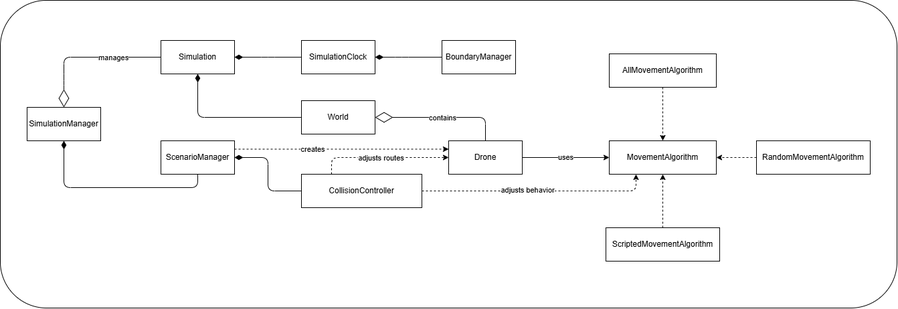
Earlier version of the draw.io export designs/simulation_ai_domain.drawio.png (jsfmu/drone-swarm-simulator). Source tidied: cells renumbered, new cells last; positions are measured from the earlier drawing's top-left corner, leaving out a move shared by most shapes.
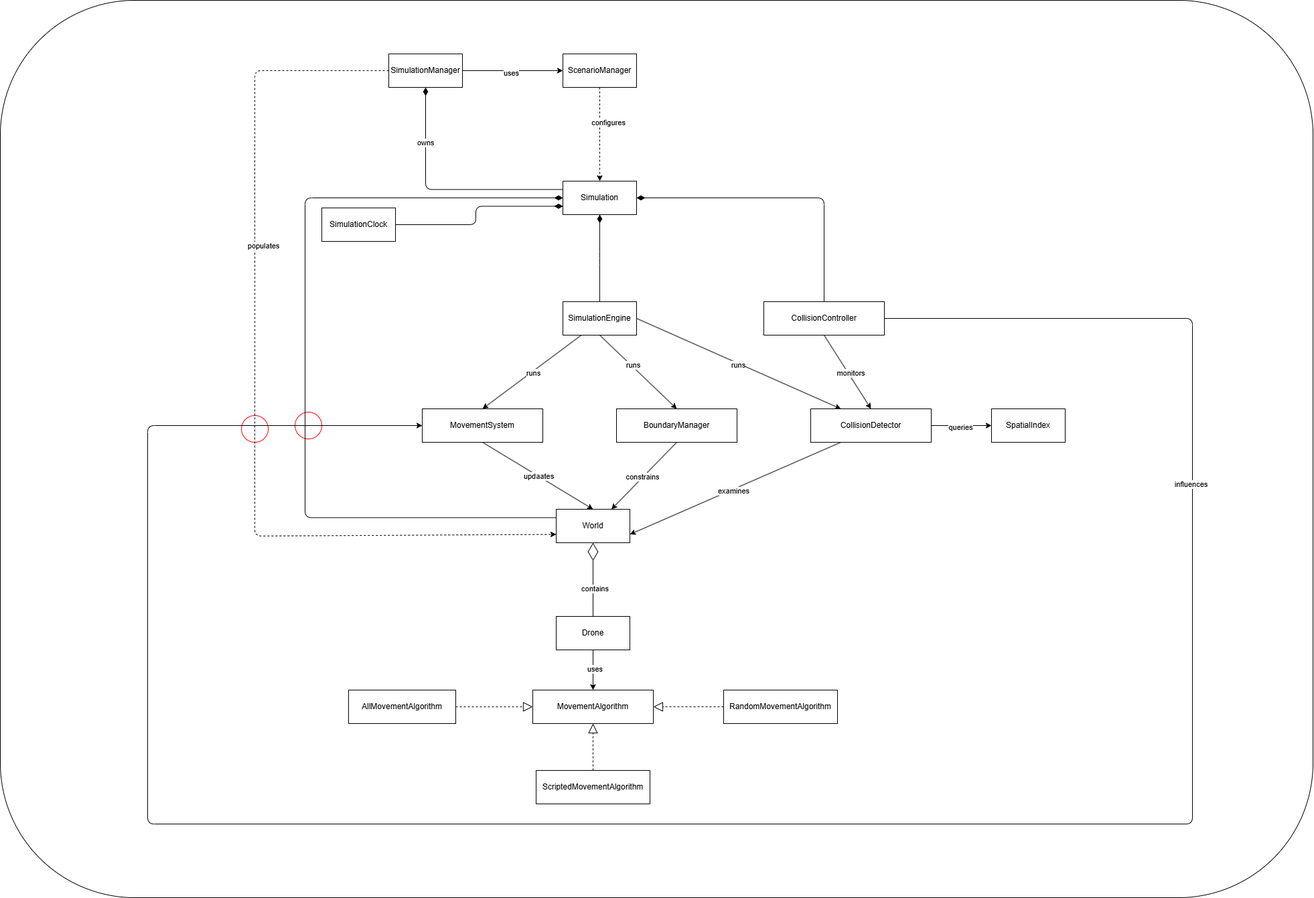
After the commit.

Commit message:
Tweaks to add engine for mathematical operations

Diff of the diagram source:
```diff
@@ -2,144 +2,211 @@
   <root>
     <mxCell id="0" />
     <mxCell id="1" parent="0" />
-    <mxCell id="2" style="rounded=1;whiteSpace=wrap;html=1;" parent="1" vertex="1">
-      <mxGeometry width="1340" height="460" as="geometry" />
-    </mxCell>
+    <mxCell id="34" style="rounded=1;whiteSpace=wrap;html=1;" parent="1" vertex="1">
+      <mxGeometry x="-550" y="-250" width="1960" height="1340" as="geometry" />
+    </mxCell>
+    <mxCell id="35" style="ellipse;whiteSpace=wrap;html=1;strokeColor=#FF0000;" parent="1" vertex="1">
+      <mxGeometry x="-110" y="365" width="40" height="40" as="geometry" />
+    </mxCell>
+    <mxCell id="36" style="ellipse;whiteSpace=wrap;html=1;strokeColor=#FF0000;" parent="1" vertex="1">
+      <mxGeometry x="-190" y="370" width="40" height="40" as="geometry" />
+    </mxCell>
+    <mxCell id="10" style="edgeStyle=none;html=1;exitX=1;exitY=0.5;exitDx=0;exitDy=0;entryX=0;entryY=0.5;entryDx=0;entryDy=0;" parent="1" edge="1" source="3" target="5">
+      <mxGeometry relative="1" as="geometry" />
+    </mxCell>
+    <mxCell id="37" value="uses" style="edgeLabel;html=1;align=center;verticalAlign=middle;" parent="10" vertex="1">
+      <mxGeometry x="-0.04" y="-3" relative="1" as="geometry" />
+    </mxCell>
     <mxCell id="3" value="SimulationManager" style="html=1;whiteSpace=wrap;" parent="1" vertex="1">
-      <mxGeometry x="40" y="160" width="110" height="50" as="geometry" />
+      <mxGeometry x="30" y="-170" width="110" height="50" as="geometry" />
     </mxCell>
+    <mxCell id="5" value="ScenarioManager" style="html=1;whiteSpace=wrap;" parent="1" vertex="1">
+      <mxGeometry x="290" y="-170" width="110" height="50" as="geometry" />
+    </mxCell>
     <mxCell id="4" value="Simulation" style="html=1;whiteSpace=wrap;" parent="1" vertex="1">
-      <mxGeometry x="240" y="60" width="110" height="50" as="geometry" />
+      <mxGeometry x="290" y="20" width="110" height="50" as="geometry" />
     </mxCell>
-    <mxCell id="5" value="ScenarioManager" style="html=1;whiteSpace=wrap;" parent="1" vertex="1">
-      <mxGeometry x="240" y="210" width="110" height="50" as="geometry" />
-    </mxCell>
+    <mxCell id="38" style="html=1;startArrow=diamondThin;startFill=1;edgeStyle=elbowEdgeStyle;elbow=horizontal;startSize=10;endArrow=none;endFill=0;entryX=0;entryY=0.25;entryDx=0;entryDy=0;exitX=0.5;exitY=1;exitDx=0;exitDy=0;" parent="1" edge="1" source="3" target="4">
+      <mxGeometry relative="1" as="geometry">
+        <Array as="points">
+          <mxPoint x="85" y="-50" />
+        </Array>
+      </mxGeometry>
+    </mxCell>
+    <mxCell id="39" value="owns" style="edgeLabel;html=1;align=center;verticalAlign=middle;" parent="38" vertex="1">
+      <mxGeometry x="-0.54" y="-1" relative="1" as="geometry" />
+    </mxCell>
+    <mxCell id="40" style="html=1;labelBackgroundColor=#ffffff;startArrow=none;startFill=0;startSize=6;endArrow=classic;endFill=1;endSize=6;jettySize=auto;strokeWidth=1;dashed=1;fontSize=14;exitX=0.5;exitY=1;exitDx=0;exitDy=0;entryX=0.5;entryY=0;entryDx=0;entryDy=0;" parent="1" edge="1" source="5" target="4">
+      <mxGeometry relative="1" as="geometry" />
+    </mxCell>
+    <mxCell id="41" value="configures" style="edgeLabel;html=1;align=center;verticalAlign=middle;" parent="40" vertex="1">
+      <mxGeometry x="-0.32" y="4" relative="1" as="geometry">
+        <mxPoint x="8" y="4" as="offset" />
+      </mxGeometry>
+    </mxCell>
+    <mxCell id="42" style="edgeStyle=none;html=1;exitX=0.25;exitY=1;exitDx=0;exitDy=0;entryX=0.5;entryY=0;entryDx=0;entryDy=0;" parent="1" edge="1" source="48" target="55">
+      <mxGeometry relative="1" as="geometry" />
+    </mxCell>
+    <mxCell id="43" value="runs" style="edgeLabel;html=1;align=center;verticalAlign=middle;" parent="42" vertex="1">
+      <mxGeometry y="2" relative="1" as="geometry" />
+    </mxCell>
+    <mxCell id="44" style="edgeStyle=none;html=1;exitX=0.5;exitY=1;exitDx=0;exitDy=0;entryX=0.5;entryY=0;entryDx=0;entryDy=0;" parent="1" edge="1" source="48" target="9">
+      <mxGeometry relative="1" as="geometry" />
+    </mxCell>
+    <mxCell id="45" value="runs" style="edgeLabel;html=1;align=center;verticalAlign=middle;" parent="44" vertex="1">
+      <mxGeometry x="-0.16" y="1" relative="1" as="geometry">
+        <mxPoint y="-1" as="offset" />
+      </mxGeometry>
+    </mxCell>
+    <mxCell id="46" style="edgeStyle=none;html=1;exitX=1;exitY=0.5;exitDx=0;exitDy=0;entryX=0.25;entryY=0;entryDx=0;entryDy=0;" parent="1" edge="1" source="48" target="62">
+      <mxGeometry relative="1" as="geometry" />
+    </mxCell>
+    <mxCell id="47" value="runs" style="edgeLabel;html=1;align=center;verticalAlign=middle;" parent="46" vertex="1">
+      <mxGeometry y="-2" relative="1" as="geometry" />
+    </mxCell>
+    <mxCell id="48" value="SimulationEngine" style="html=1;whiteSpace=wrap;" parent="1" vertex="1">
+      <mxGeometry x="290" y="200" width="110" height="50" as="geometry" />
+    </mxCell>
+    <mxCell id="49" style="html=1;startArrow=diamondThin;startFill=1;edgeStyle=elbowEdgeStyle;elbow=horizontal;startSize=10;endArrow=none;endFill=0;entryX=0.5;entryY=0;entryDx=0;entryDy=0;exitX=0.5;exitY=1;exitDx=0;exitDy=0;" parent="1" edge="1" source="4" target="48">
+      <mxGeometry relative="1" as="geometry" />
+    </mxCell>
+    <mxCell id="50" style="edgeStyle=none;html=1;exitX=0.5;exitY=1;exitDx=0;exitDy=0;entryX=0.5;entryY=0;entryDx=0;entryDy=0;" parent="1" edge="1" source="8" target="62">
+      <mxGeometry relative="1" as="geometry" />
+    </mxCell>
+    <mxCell id="51" value="monitors" style="edgeLabel;html=1;align=center;verticalAlign=middle;" parent="50" vertex="1">
+      <mxGeometry x="0.05" y="3" relative="1" as="geometry" />
+    </mxCell>
+    <mxCell id="8" value="CollisionController" style="html=1;whiteSpace=wrap;" parent="1" vertex="1">
+      <mxGeometry x="590" y="200" width="180" height="50" as="geometry" />
+    </mxCell>
+    <mxCell id="52" style="html=1;startArrow=diamondThin;startFill=1;edgeStyle=elbowEdgeStyle;elbow=horizontal;startSize=10;endArrow=none;endFill=0;entryX=0.5;entryY=0;entryDx=0;entryDy=0;exitX=1;exitY=0.5;exitDx=0;exitDy=0;" parent="1" edge="1" source="4" target="8">
+      <mxGeometry relative="1" as="geometry">
+        <Array as="points">
+          <mxPoint x="680" y="130" />
+        </Array>
+      </mxGeometry>
+    </mxCell>
+    <mxCell id="53" style="edgeStyle=none;html=1;exitX=0.5;exitY=1;exitDx=0;exitDy=0;entryX=0.5;entryY=0;entryDx=0;entryDy=0;" parent="1" edge="1" source="55" target="7">
+      <mxGeometry relative="1" as="geometry" />
+    </mxCell>
+    <mxCell id="54" value="updaates" style="edgeLabel;html=1;align=center;verticalAlign=middle;" parent="53" vertex="1">
+      <mxGeometry y="1" relative="1" as="geometry">
+        <mxPoint y="1" as="offset" />
+      </mxGeometry>
+    </mxCell>
+    <mxCell id="55" value="MovementSystem" style="html=1;whiteSpace=wrap;" parent="1" vertex="1">
+      <mxGeometry x="80" y="360" width="180" height="50" as="geometry" />
+    </mxCell>
+    <mxCell id="56" style="edgeStyle=none;html=1;exitX=0.5;exitY=1;exitDx=0;exitDy=0;entryX=0.75;entryY=0;entryDx=0;entryDy=0;" parent="1" edge="1" source="9" target="7">
+      <mxGeometry relative="1" as="geometry" />
+    </mxCell>
+    <mxCell id="57" value="constrains" style="edgeLabel;html=1;align=center;verticalAlign=middle;" parent="56" vertex="1">
+      <mxGeometry x="0.03" y="-2" relative="1" as="geometry">
+        <mxPoint y="1" as="offset" />
+      </mxGeometry>
+    </mxCell>
+    <mxCell id="9" value="BoundaryManager" style="html=1;whiteSpace=wrap;" parent="1" vertex="1">
+      <mxGeometry x="370" y="360" width="180" height="50" as="geometry" />
+    </mxCell>
+    <mxCell id="58" style="edgeStyle=none;html=1;exitX=1;exitY=0.5;exitDx=0;exitDy=0;entryX=0;entryY=0.5;entryDx=0;entryDy=0;" parent="1" edge="1" source="62" target="65">
+      <mxGeometry relative="1" as="geometry" />
+    </mxCell>
+    <mxCell id="59" value="queries" style="edgeLabel;html=1;align=center;verticalAlign=middle;" parent="58" vertex="1">
+      <mxGeometry x="-0.05" y="-2" relative="1" as="geometry" />
+    </mxCell>
+    <mxCell id="60" style="edgeStyle=none;html=1;exitX=0.25;exitY=1;exitDx=0;exitDy=0;entryX=1;entryY=0.75;entryDx=0;entryDy=0;" parent="1" edge="1" source="62" target="7">
+      <mxGeometry relative="1" as="geometry" />
+    </mxCell>
+    <mxCell id="61" value="examines" style="edgeLabel;html=1;align=center;verticalAlign=middle;" parent="60" vertex="1">
+      <mxGeometry x="0.03" y="2" relative="1" as="geometry" />
+    </mxCell>
+    <mxCell id="62" value="CollisionDetector" style="html=1;whiteSpace=wrap;" parent="1" vertex="1">
+      <mxGeometry x="660" y="360" width="180" height="50" as="geometry" />
+    </mxCell>
+    <mxCell id="7" value="World" style="html=1;whiteSpace=wrap;" parent="1" vertex="1">
+      <mxGeometry x="280" y="510" width="110" height="50" as="geometry" />
+    </mxCell>
     <mxCell id="6" value="SimulationClock" style="html=1;whiteSpace=wrap;" parent="1" vertex="1">
-      <mxGeometry x="450" y="60" width="110" height="50" as="geometry" />
+      <mxGeometry x="-70" y="60" width="110" height="50" as="geometry" />
     </mxCell>
-    <mxCell id="7" value="World" style="html=1;whiteSpace=wrap;" parent="1" vertex="1">
-      <mxGeometry x="450" y="150" width="110" height="50" as="geometry" />
-    </mxCell>
-    <mxCell id="8" value="CollisionController" style="html=1;whiteSpace=wrap;" parent="1" vertex="1">
-      <mxGeometry x="450" y="260" width="180" height="50" as="geometry" />
-    </mxCell>
-    <mxCell id="9" value="BoundaryManager" style="html=1;whiteSpace=wrap;" parent="1" vertex="1">
-      <mxGeometry x="660" y="60" width="110" height="50" as="geometry" />
-    </mxCell>
-    <mxCell id="10" style="html=1;startArrow=diamondThin;startFill=1;edgeStyle=elbowEdgeStyle;elbow=horizontal;startSize=10;endArrow=none;endFill=0;entryX=0.5;entryY=1;entryDx=0;entryDy=0;exitX=0.5;exitY=1;exitDx=0;exitDy=0;" parent="1" edge="1" source="3" target="5">
-      <mxGeometry relative="1" as="geometry">
-        <Array as="points">
-          <mxPoint x="200" y="280" />
-        </Array>
-      </mxGeometry>
-    </mxCell>
-    <mxCell id="11" style="endArrow=diamondThin;endFill=0;endSize=24;html=1;exitX=0;exitY=0.5;exitDx=0;exitDy=0;entryX=0.5;entryY=0;entryDx=0;entryDy=0;" parent="1" edge="1" source="4" target="3">
-      <mxGeometry relative="1" as="geometry">
-        <Array as="points">
-          <mxPoint x="95" y="85" />
-          <mxPoint x="95" y="120" />
-        </Array>
-      </mxGeometry>
-    </mxCell>
-    <mxCell id="12" value="manages" style="edgeLabel;html=1;align=center;verticalAlign=middle;" parent="11" vertex="1">
-      <mxGeometry x="-0.03" relative="1" as="geometry">
-        <mxPoint x="34" as="offset" />
-      </mxGeometry>
-    </mxCell>
-    <mxCell id="13" style="html=1;startArrow=diamondThin;startFill=1;edgeStyle=elbowEdgeStyle;elbow=horizontal;startSize=10;endArrow=none;endFill=0;entryX=0;entryY=0.5;entryDx=0;entryDy=0;exitX=1;exitY=0.5;exitDx=0;exitDy=0;" parent="1" edge="1" source="4" target="6">
+    <mxCell id="13" style="html=1;startArrow=diamondThin;startFill=1;edgeStyle=elbowEdgeStyle;elbow=horizontal;startSize=10;endArrow=none;endFill=0;entryX=1;entryY=0.5;entryDx=0;entryDy=0;exitX=0;exitY=0.75;exitDx=0;exitDy=0;" parent="1" edge="1" source="4" target="6">
       <mxGeometry relative="1" as="geometry">
         <Array as="points">
-          <mxPoint x="400" y="90" />
+          <mxPoint x="160" y="80" />
         </Array>
       </mxGeometry>
     </mxCell>
-    <mxCell id="14" style="html=1;startArrow=diamondThin;startFill=1;edgeStyle=elbowEdgeStyle;elbow=horizontal;startSize=10;endArrow=none;endFill=0;entryX=0;entryY=0.5;entryDx=0;entryDy=0;exitX=0.5;exitY=1;exitDx=0;exitDy=0;" parent="1" edge="1" source="4" target="7">
+    <mxCell id="14" style="html=1;startArrow=diamondThin;startFill=1;edgeStyle=elbowEdgeStyle;elbow=horizontal;startSize=10;endArrow=none;endFill=0;entryX=0;entryY=0.25;entryDx=0;entryDy=0;exitX=0;exitY=0.5;exitDx=0;exitDy=0;" parent="1" edge="1" source="4" target="7">
       <mxGeometry relative="1" as="geometry">
         <Array as="points">
-          <mxPoint x="295" y="140" />
+          <mxPoint x="-95" y="472" />
         </Array>
       </mxGeometry>
     </mxCell>
-    <mxCell id="15" style="html=1;startArrow=diamondThin;startFill=1;edgeStyle=elbowEdgeStyle;elbow=horizontal;startSize=10;endArrow=none;endFill=0;entryX=0;entryY=0.5;entryDx=0;entryDy=0;exitX=1;exitY=0.5;exitDx=0;exitDy=0;" parent="1" edge="1" source="5" target="8">
-      <mxGeometry relative="1" as="geometry">
-        <Array as="points">
-          <mxPoint x="400" y="250" />
-        </Array>
-      </mxGeometry>
-    </mxCell>
-    <mxCell id="16" style="html=1;startArrow=diamondThin;startFill=1;edgeStyle=elbowEdgeStyle;elbow=horizontal;startSize=10;endArrow=none;endFill=0;entryX=0;entryY=0.5;entryDx=0;entryDy=0;exitX=1;exitY=0.5;exitDx=0;exitDy=0;" parent="1" edge="1" source="6" target="9">
-      <mxGeometry relative="1" as="geometry">
-        <Array as="points">
-          <mxPoint x="600" y="110" />
-        </Array>
-      </mxGeometry>
-    </mxCell>
+    <mxCell id="63" style="html=1;labelBackgroundColor=#ffffff;startArrow=none;startFill=0;startSize=6;endArrow=classic;endFill=1;endSize=6;jettySize=auto;strokeWidth=1;dashed=1;fontSize=14;exitX=0;exitY=0.5;exitDx=0;exitDy=0;entryX=0;entryY=0.75;entryDx=0;entryDy=0;" parent="1" edge="1" source="3" target="7">
+      <mxGeometry relative="1" as="geometry">
+        <Array as="points">
+          <mxPoint x="-170" y="-145" />
+          <mxPoint x="-170" y="550" />
+        </Array>
+      </mxGeometry>
+    </mxCell>
+    <mxCell id="64" value="populates" style="edgeLabel;html=1;align=center;verticalAlign=middle;" parent="63" vertex="1">
+      <mxGeometry x="-0.32" y="4" relative="1" as="geometry">
+        <mxPoint x="8" y="4" as="offset" />
+      </mxGeometry>
+    </mxCell>
+    <mxCell id="65" value="SpatialIndex" style="html=1;whiteSpace=wrap;" parent="1" vertex="1">
+      <mxGeometry x="930" y="360" width="110" height="50" as="geometry" />
+    </mxCell>
-    <mxCell id="17" value="uses" style="edgeStyle=none;html=1;exitX=1;exitY=0.5;exitDx=0;exitDy=0;entryX=0;entryY=0.5;entryDx=0;entryDy=0;" parent="1" edge="1" source="18" target="25">
+    <mxCell id="17" style="edgeStyle=none;html=1;exitX=0.5;exitY=1;exitDx=0;exitDy=0;" parent="1" edge="1" source="18" target="25">
       <mxGeometry relative="1" as="geometry" />
     </mxCell>
+    <mxCell id="66" value="uses" style="edgeLabel;html=1;align=center;verticalAlign=middle;" parent="17" vertex="1">
+      <mxGeometry x="-0.05" y="2" relative="1" as="geometry" />
+    </mxCell>
     <mxCell id="18" value="Drone" style="html=1;whiteSpace=wrap;" parent="1" vertex="1">
-      <mxGeometry x="670" y="210" width="110" height="50" as="geometry" />
+      <mxGeometry x="280" y="670" width="110" height="50" as="geometry" />
     </mxCell>
-    <mxCell id="19" style="endArrow=diamondThin;endFill=0;endSize=24;html=1;exitX=0.5;exitY=0;exitDx=0;exitDy=0;entryX=1;entryY=0.5;entryDx=0;entryDy=0;" parent="1" edge="1" source="18" target="7">
-      <mxGeometry relative="1" as="geometry">
-        <Array as="points">
-          <mxPoint x="725" y="175" />
-        </Array>
-      </mxGeometry>
+    <mxCell id="19" style="endArrow=diamondThin;endFill=0;endSize=24;html=1;exitX=0.5;exitY=0;exitDx=0;exitDy=0;entryX=0.5;entryY=1;entryDx=0;entryDy=0;" parent="1" edge="1" source="18" target="7">
+      <mxGeometry relative="1" as="geometry" />
     </mxCell>
     <mxCell id="20" value="contains" style="edgeLabel;html=1;align=center;verticalAlign=middle;" parent="19" vertex="1">
-      <mxGeometry x="0.05" y="-3" relative="1" as="geometry">
-        <mxPoint x="5" y="3" as="offset" />
-      </mxGeometry>
+      <mxGeometry x="-0.25" y="-2" relative="1" as="geometry" />
     </mxCell>
-    <mxCell id="21" style="html=1;labelBackgroundColor=#ffffff;startArrow=none;startFill=0;startSize=6;endArrow=classic;endFill=1;endSize=6;jettySize=auto;strokeWidth=1;dashed=1;fontSize=14;exitX=1;exitY=0.25;exitDx=0;exitDy=0;entryX=0;entryY=0.25;entryDx=0;entryDy=0;" parent="1" edge="1" source="5" target="18">
-      <mxGeometry relative="1" as="geometry" />
-    </mxCell>
-    <mxCell id="22" value="creates" style="edgeLabel;html=1;align=center;verticalAlign=middle;" parent="21" vertex="1">
-      <mxGeometry x="-0.32" y="4" relative="1" as="geometry">
-        <mxPoint x="8" y="4" as="offset" />
-      </mxGeometry>
-    </mxCell>
-    <mxCell id="23" style="html=1;labelBackgroundColor=#ffffff;startArrow=none;startFill=0;startSize=6;endArrow=classic;endFill=1;endSize=6;jettySize=auto;strokeWidth=1;dashed=1;fontSize=14;exitX=0.25;exitY=0;exitDx=0;exitDy=0;entryX=0;entryY=0.5;entryDx=0;entryDy=0;" parent="1" edge="1" source="8" target="18">
-      <mxGeometry relative="1" as="geometry">
-        <Array as="points">
-          <mxPoint x="495" y="235" />
-        </Array>
-      </mxGeometry>
-    </mxCell>
-    <mxCell id="24" value="adjusts routes" style="edgeLabel;html=1;align=center;verticalAlign=middle;" parent="23" vertex="1">
-      <mxGeometry x="-0.01" relative="1" as="geometry" />
-    </mxCell>
     <mxCell id="25" value="MovementAlgorithm" style="html=1;whiteSpace=wrap;" parent="1" vertex="1">
-      <mxGeometry x="910" y="210" width="160" height="50" as="geometry" />
+      <mxGeometry x="245" y="780" width="180" height="50" as="geometry" />
     </mxCell>
+    <mxCell id="67" style="edgeStyle=none;html=1;exitX=1;exitY=0.5;exitDx=0;exitDy=0;entryX=0;entryY=0.5;entryDx=0;entryDy=0;" parent="1" edge="1" source="8" target="55">
+      <mxGeometry relative="1" as="geometry">
+        <Array as="points">
+          <mxPoint x="1230" y="225" />
+          <mxPoint x="1230" y="980" />
+          <mxPoint x="-330" y="980" />
+          <mxPoint x="-330" y="385" />
+        </Array>
+      </mxGeometry>
+    </mxCell>
+    <mxCell id="68" value="influences" style="edgeLabel;html=1;align=center;verticalAlign=middle;" parent="67" vertex="1">
+      <mxGeometry x="-0.63" y="-3" relative="1" as="geometry" />
+    </mxCell>
     <mxCell id="26" value="AllMovementAlgorithm" style="html=1;whiteSpace=wrap;" parent="1" vertex="1">
-      <mxGeometry x="910" y="80" width="160" height="50" as="geometry" />
+      <mxGeometry x="-30" y="780" width="160" height="50" as="geometry" />
     </mxCell>
     <mxCell id="27" value="RandomMovementAlgorithm" style="html=1;whiteSpace=wrap;" parent="1" vertex="1">
-      <mxGeometry x="1130" y="210" width="170" height="50" as="geometry" />
+      <mxGeometry x="530" y="780" width="170" height="50" as="geometry" />
     </mxCell>
     <mxCell id="28" value="ScriptedMovementAlgorithm" style="html=1;whiteSpace=wrap;" parent="1" vertex="1">
-      <mxGeometry x="905" y="340" width="170" height="50" as="geometry" />
+      <mxGeometry x="250" y="900" width="170" height="50" as="geometry" />
     </mxCell>
+    <mxCell id="31" style="endArrow=block;dashed=1;endFill=0;endSize=12;html=1;exitX=0.5;exitY=0;exitDx=0;exitDy=0;entryX=0.5;entryY=1;entryDx=0;entryDy=0;" parent="1" edge="1" source="28" target="25">
+      <mxGeometry relative="1" as="geometry" />
+    </mxCell>
+    <mxCell id="30" style="endArrow=block;dashed=1;endFill=0;endSize=12;html=1;exitX=0;exitY=0.5;exitDx=0;exitDy=0;" parent="1" edge="1" source="27" target="25">
+      <mxGeometry relative="1" as="geometry" />
+    </mxCell>
-    <mxCell id="29" style="html=1;labelBackgroundColor=#ffffff;startArrow=none;startFill=0;startSize=6;endArrow=classic;endFill=1;endSize=6;jettySize=auto;strokeWidth=1;dashed=1;fontSize=14;exitX=0.5;exitY=1;exitDx=0;exitDy=0;entryX=0.5;entryY=0;entryDx=0;entryDy=0;" parent="1" edge="1" source="26" target="25">
+    <mxCell id="29" style="endArrow=block;dashed=1;endFill=0;endSize=12;html=1;exitX=1;exitY=0.5;exitDx=0;exitDy=0;entryX=0;entryY=0.5;entryDx=0;entryDy=0;" parent="1" edge="1" source="26" target="25">
       <mxGeometry relative="1" as="geometry" />
     </mxCell>
-    <mxCell id="30" style="html=1;labelBackgroundColor=#ffffff;startArrow=none;startFill=0;startSize=6;endArrow=classic;endFill=1;endSize=6;jettySize=auto;strokeWidth=1;dashed=1;fontSize=14;exitX=0;exitY=0.5;exitDx=0;exitDy=0;entryX=1;entryY=0.5;entryDx=0;entryDy=0;" parent="1" edge="1" source="27" target="25">
-      <mxGeometry relative="1" as="geometry" />
-    </mxCell>
-    <mxCell id="31" style="html=1;labelBackgroundColor=#ffffff;startArrow=none;startFill=0;startSize=6;endArrow=classic;endFill=1;endSize=6;jettySize=auto;strokeWidth=1;dashed=1;fontSize=14;exitX=0.5;exitY=0;exitDx=0;exitDy=0;entryX=0.5;entryY=1;entryDx=0;entryDy=0;" parent="1" edge="1" source="28" target="25">
-      <mxGeometry relative="1" as="geometry" />
-    </mxCell>
-    <mxCell id="32" style="html=1;labelBackgroundColor=#ffffff;startArrow=none;startFill=0;startSize=6;endArrow=classic;endFill=1;endSize=6;jettySize=auto;strokeWidth=1;dashed=1;fontSize=14;exitX=1;exitY=0.5;exitDx=0;exitDy=0;entryX=0.25;entryY=1;entryDx=0;entryDy=0;" parent="1" edge="1" source="8" target="25">
-      <mxGeometry relative="1" as="geometry">
-        <Array as="points">
-          <mxPoint x="950" y="285" />
-        </Array>
-      </mxGeometry>
-    </mxCell>
-    <mxCell id="33" value="adjusts behavior" style="edgeLabel;html=1;align=center;verticalAlign=middle;" parent="32" vertex="1">
-      <mxGeometry x="-0.08" y="2" relative="1" as="geometry" />
-    </mxCell>
   </root>
 </mxGraphModel>
```
